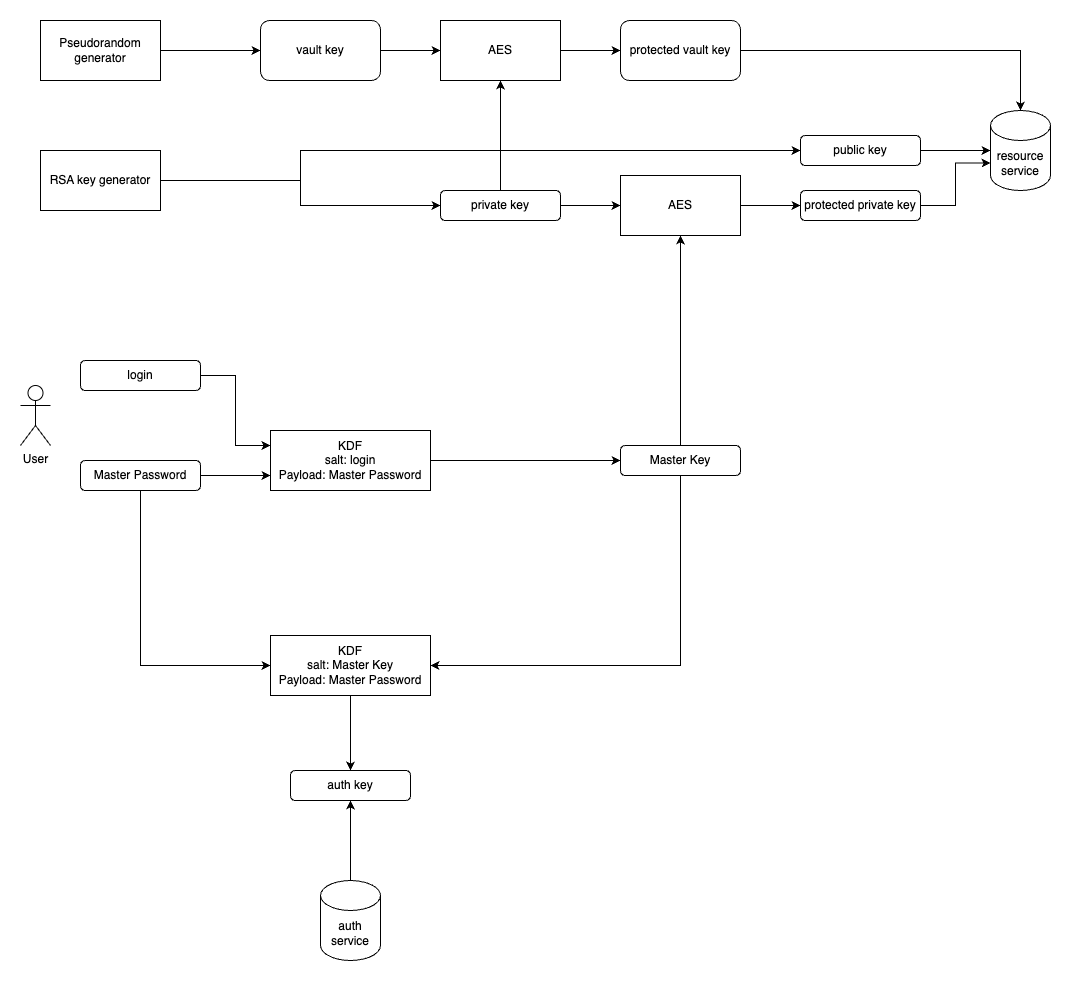
Earlier version of the draw.io export docs/misc/e2ee.png (ZeroLarec/zerolarec_server). Source tidied: cells renumbered, new cells last; positions are measured from the earlier drawing's top-left corner, leaving out a move shared by most shapes.
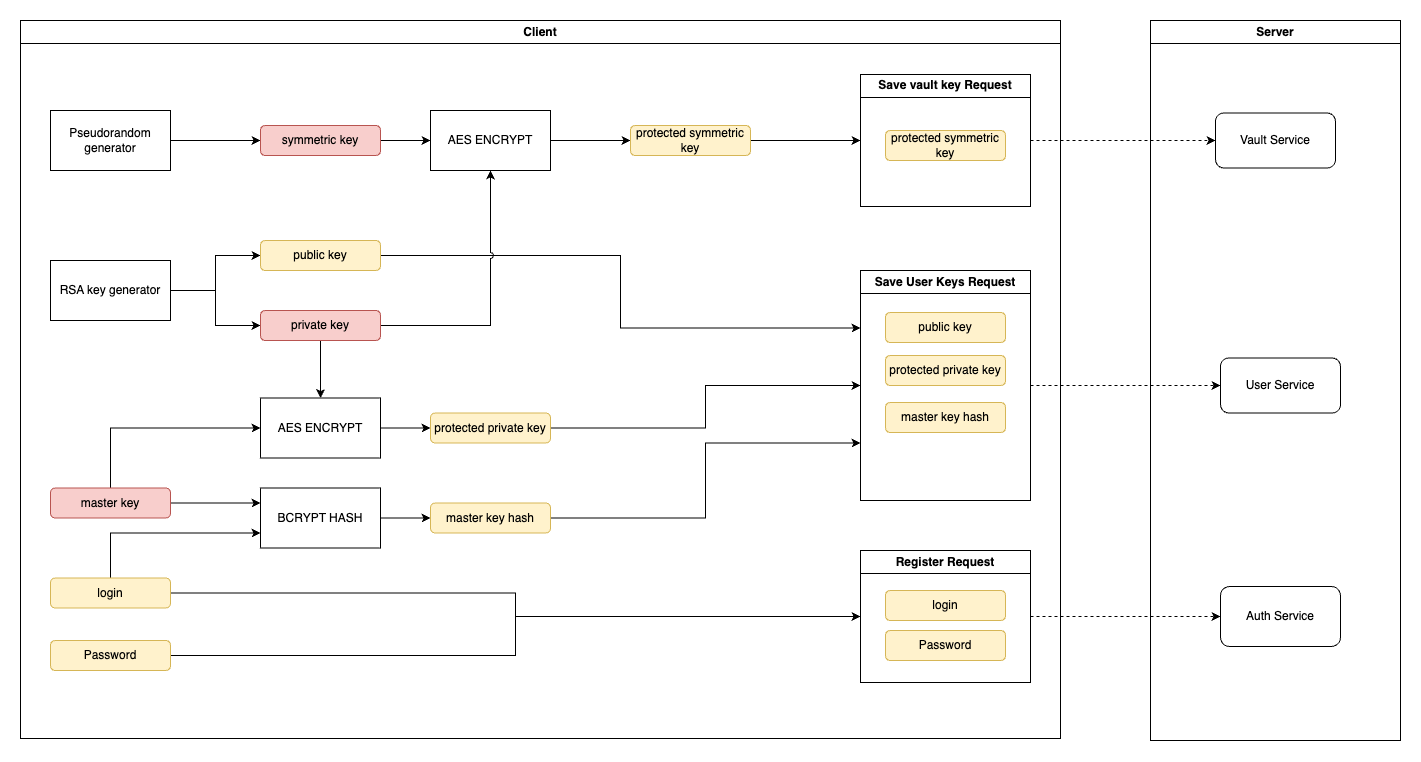
The same diagram one commit later.

The edit, as a diff of the source:
```diff
@@ -2,120 +2,152 @@
   <root>
     <mxCell id="0" />
     <mxCell id="1" parent="0" />
-    <mxCell id="2" value="User" style="shape=umlActor;verticalLabelPosition=bottom;verticalAlign=top;html=1;" parent="1" vertex="1">
-      <mxGeometry y="365" width="30" height="60" as="geometry" />
+    <mxCell id="2" value="Client" style="swimlane;whiteSpace=wrap;html=1;" parent="1" vertex="1">
+      <mxGeometry x="1210" y="4520" width="1040" height="718" as="geometry" />
     </mxCell>
-    <mxCell id="3" style="edgeStyle=orthogonalEdgeStyle;rounded=0;jettySize=auto;html=1;exitX=1;exitY=0.5;exitDx=0;exitDy=0;entryX=0;entryY=0.75;entryDx=0;entryDy=0;" parent="1" edge="1" source="4" target="8">
-      <mxGeometry relative="1" as="geometry" />
+    <mxCell id="3" value="Server" style="swimlane;whiteSpace=wrap;html=1;startSize=23;" parent="1" vertex="1">
+      <mxGeometry x="2340" y="4520" width="250" height="720" as="geometry" />
     </mxCell>
-    <mxCell id="4" value="Master Password" style="rounded=1;whiteSpace=wrap;html=1;" parent="1" vertex="1">
-      <mxGeometry x="60" y="440" width="120" height="30" as="geometry" />
+    <mxCell id="4" value="User Service" style="rounded=1;whiteSpace=wrap;html=1;" parent="3" vertex="1">
+      <mxGeometry x="70" y="337.5" width="120" height="55" as="geometry" />
     </mxCell>
-    <mxCell id="5" style="edgeStyle=orthogonalEdgeStyle;rounded=0;jettySize=auto;html=1;exitX=1;exitY=0.5;exitDx=0;exitDy=0;entryX=0;entryY=0.25;entryDx=0;entryDy=0;" parent="1" edge="1" source="6" target="8">
-      <mxGeometry relative="1" as="geometry" />
+    <mxCell id="5" value="Auth Service" style="rounded=1;whiteSpace=wrap;html=1;" parent="3" vertex="1">
+      <mxGeometry x="70" y="566" width="120" height="60" as="geometry" />
     </mxCell>
-    <mxCell id="6" value="login" style="rounded=1;whiteSpace=wrap;html=1;" parent="1" vertex="1">
-      <mxGeometry x="60" y="340" width="120" height="30" as="geometry" />
+    <mxCell id="6" value="Vault Service" style="rounded=1;whiteSpace=wrap;html=1;" parent="3" vertex="1">
+      <mxGeometry x="65" y="92.5" width="120" height="55" as="geometry" />
     </mxCell>
-    <mxCell id="7" style="edgeStyle=orthogonalEdgeStyle;rounded=0;jettySize=auto;html=1;exitX=1;exitY=0.5;exitDx=0;exitDy=0;entryX=0;entryY=0.5;entryDx=0;entryDy=0;" parent="1" edge="1" source="8" target="11">
+    <mxCell id="7" style="edgeStyle=orthogonalEdgeStyle;rounded=0;jettySize=auto;html=1;exitX=1;exitY=0.5;exitDx=0;exitDy=0;entryX=0;entryY=0.5;entryDx=0;entryDy=0;" parent="1" edge="1" source="8" target="10">
       <mxGeometry relative="1" as="geometry" />
     </mxCell>
-    <mxCell id="8" value="KDF&lt;br&gt;salt: login&lt;div&gt;Payload: Master Password&lt;/div&gt;" style="rounded=0;whiteSpace=wrap;html=1;" parent="1" vertex="1">
-      <mxGeometry x="250" y="410" width="160" height="60" as="geometry" />
+    <mxCell id="8" value="Pseudorandom generator" style="rounded=0;whiteSpace=wrap;html=1;" parent="1" vertex="1">
+      <mxGeometry x="1240" y="4610" width="120" height="60" as="geometry" />
     </mxCell>
-    <mxCell id="9" style="edgeStyle=orthogonalEdgeStyle;rounded=0;jettySize=auto;html=1;exitX=0.5;exitY=0;exitDx=0;exitDy=0;entryX=0.5;entryY=1;entryDx=0;entryDy=0;" parent="1" edge="1" source="11" target="21">
+    <mxCell id="9" style="edgeStyle=orthogonalEdgeStyle;rounded=0;jettySize=auto;html=1;exitX=1;exitY=0.5;exitDx=0;exitDy=0;entryX=0;entryY=0.5;entryDx=0;entryDy=0;" parent="1" edge="1" source="10" target="12">
       <mxGeometry relative="1" as="geometry" />
     </mxCell>
-    <mxCell id="10" style="edgeStyle=orthogonalEdgeStyle;rounded=0;jettySize=auto;html=1;exitX=0.5;exitY=1;exitDx=0;exitDy=0;entryX=1;entryY=0.5;entryDx=0;entryDy=0;" parent="1" edge="1" source="11" target="23">
-      <mxGeometry relative="1" as="geometry" />
+    <mxCell id="10" value="symmetric key" style="rounded=1;whiteSpace=wrap;html=1;fillColor=#f8cecc;strokeColor=#b85450;" parent="1" vertex="1">
+      <mxGeometry x="1450" y="4625" width="120" height="30" as="geometry" />
     </mxCell>
-    <mxCell id="11" value="Master Key" style="rounded=1;whiteSpace=wrap;html=1;" parent="1" vertex="1">
-      <mxGeometry x="600" y="425" width="120" height="30" as="geometry" />
+    <mxCell id="11" style="edgeStyle=orthogonalEdgeStyle;rounded=0;jettySize=auto;html=1;exitX=1;exitY=0.5;exitDx=0;exitDy=0;entryX=0;entryY=0.5;entryDx=0;entryDy=0;" parent="1" edge="1" source="12" target="14">
+      <mxGeometry relative="1" as="geometry" />
     </mxCell>
-    <mxCell id="12" style="edgeStyle=orthogonalEdgeStyle;rounded=0;jettySize=auto;html=1;entryX=0;entryY=0.5;entryDx=0;entryDy=0;exitX=0.5;exitY=1;exitDx=0;exitDy=0;" parent="1" edge="1" source="4" target="23">
-      <mxGeometry relative="1" as="geometry" />
+    <mxCell id="12" value="AES ENCRYPT" style="rounded=0;whiteSpace=wrap;html=1;" parent="1" vertex="1">
+      <mxGeometry x="1620" y="4610" width="120" height="60" as="geometry" />
     </mxCell>
-    <mxCell id="13" style="edgeStyle=orthogonalEdgeStyle;rounded=0;jettySize=auto;html=1;exitX=1;exitY=0.5;exitDx=0;exitDy=0;entryX=0;entryY=0.5;entryDx=0;entryDy=0;" parent="1" edge="1" source="15" target="19">
+    <mxCell id="13" style="edgeStyle=orthogonalEdgeStyle;rounded=0;jettySize=auto;html=1;exitX=1;exitY=0.5;exitDx=0;exitDy=0;entryX=0;entryY=0.5;entryDx=0;entryDy=0;" parent="1" edge="1" source="14" target="24">
       <mxGeometry relative="1" as="geometry" />
     </mxCell>
-    <mxCell id="14" style="edgeStyle=orthogonalEdgeStyle;rounded=0;jettySize=auto;html=1;exitX=1;exitY=0.5;exitDx=0;exitDy=0;entryX=0;entryY=0.5;entryDx=0;entryDy=0;" parent="1" edge="1" source="15" target="16">
-      <mxGeometry relative="1" as="geometry">
-        <Array as="points">
-          <mxPoint x="280" y="130" />
-        </Array>
-      </mxGeometry>
+    <mxCell id="14" value="protected symmetric key" style="rounded=1;whiteSpace=wrap;html=1;fillColor=#fff2cc;strokeColor=#d6b656;" parent="1" vertex="1">
+      <mxGeometry x="1820" y="4625" width="120" height="30" as="geometry" />
     </mxCell>
-    <mxCell id="15" value="RSA key generator" style="rounded=0;whiteSpace=wrap;html=1;" parent="1" vertex="1">
-      <mxGeometry x="20" y="130" width="120" height="60" as="geometry" />
+    <mxCell id="15" value="Save User Keys Request" style="swimlane;whiteSpace=wrap;html=1;" parent="1" vertex="1">
+      <mxGeometry x="2050" y="4770" width="170" height="230" as="geometry" />
     </mxCell>
-    <mxCell id="16" value="public key" style="rounded=1;whiteSpace=wrap;html=1;" parent="1" vertex="1">
-      <mxGeometry x="780" y="115" width="120" height="30" as="geometry" />
+    <mxCell id="16" value="public key" style="rounded=1;whiteSpace=wrap;html=1;fillColor=#fff2cc;strokeColor=#d6b656;" parent="15" vertex="1">
+      <mxGeometry x="25" y="42" width="120" height="30" as="geometry" />
     </mxCell>
-    <mxCell id="17" style="edgeStyle=orthogonalEdgeStyle;rounded=0;jettySize=auto;html=1;exitX=1;exitY=0.5;exitDx=0;exitDy=0;entryX=0;entryY=0.5;entryDx=0;entryDy=0;" parent="1" edge="1" source="19" target="21">
-      <mxGeometry relative="1" as="geometry" />
+    <mxCell id="17" value="protected private key" style="rounded=1;whiteSpace=wrap;html=1;fillColor=#fff2cc;strokeColor=#d6b656;" parent="15" vertex="1">
+      <mxGeometry x="25" y="85" width="120" height="30" as="geometry" />
     </mxCell>
-    <mxCell id="18" style="edgeStyle=orthogonalEdgeStyle;rounded=0;jettySize=auto;html=1;exitX=0.5;exitY=0;exitDx=0;exitDy=0;entryX=0.5;entryY=1;entryDx=0;entryDy=0;" parent="1" edge="1" source="19" target="37">
-      <mxGeometry relative="1" as="geometry" />
+    <mxCell id="18" value="master key hash" style="rounded=1;whiteSpace=wrap;html=1;fillColor=#fff2cc;strokeColor=#d6b656;" parent="15" vertex="1">
+      <mxGeometry x="25" y="132" width="120" height="30" as="geometry" />
     </mxCell>
-    <mxCell id="19" value="private key" style="rounded=1;whiteSpace=wrap;html=1;" parent="1" vertex="1">
-      <mxGeometry x="420" y="170" width="120" height="30" as="geometry" />
+    <mxCell id="19" style="edgeStyle=orthogonalEdgeStyle;rounded=0;jettySize=auto;html=1;exitX=1;exitY=0.5;exitDx=0;exitDy=0;entryX=0;entryY=0.5;entryDx=0;entryDy=0;dashed=1;" parent="1" edge="1" source="20" target="5">
+      <mxGeometry relative="1" as="geometry" />
     </mxCell>
-    <mxCell id="20" style="edgeStyle=orthogonalEdgeStyle;rounded=0;jettySize=auto;html=1;exitX=1;exitY=0.5;exitDx=0;exitDy=0;entryX=0;entryY=0.5;entryDx=0;entryDy=0;" parent="1" edge="1" source="21" target="22">
-      <mxGeometry relative="1" as="geometry" />
+    <mxCell id="20" value="Register Request" style="swimlane;whiteSpace=wrap;html=1;" parent="1" vertex="1">
+      <mxGeometry x="2050" y="5050" width="170" height="132" as="geometry" />
     </mxCell>
-    <mxCell id="21" value="AES" style="rounded=0;whiteSpace=wrap;html=1;" parent="1" vertex="1">
-      <mxGeometry x="600" y="155" width="120" height="60" as="geometry" />
+    <mxCell id="21" value="login" style="rounded=1;whiteSpace=wrap;html=1;fillColor=#fff2cc;strokeColor=#d6b656;" parent="20" vertex="1">
+      <mxGeometry x="25" y="40" width="120" height="30" as="geometry" />
     </mxCell>
-    <mxCell id="22" value="protected private key" style="rounded=1;whiteSpace=wrap;html=1;" parent="1" vertex="1">
-      <mxGeometry x="780" y="170" width="120" height="30" as="geometry" />
+    <mxCell id="22" value="Password" style="rounded=1;whiteSpace=wrap;html=1;fillColor=#fff2cc;strokeColor=#d6b656;" parent="20" vertex="1">
+      <mxGeometry x="25" y="80" width="120" height="30" as="geometry" />
     </mxCell>
-    <mxCell id="23" value="KDF&lt;br&gt;salt: Master Key&lt;div&gt;Payload: Master Password&lt;/div&gt;" style="rounded=0;whiteSpace=wrap;html=1;" parent="1" vertex="1">
-      <mxGeometry x="250" y="615" width="160" height="60" as="geometry" />
+    <mxCell id="23" style="edgeStyle=orthogonalEdgeStyle;rounded=0;jettySize=auto;html=1;exitX=1;exitY=0.5;exitDx=0;exitDy=0;entryX=0;entryY=0.5;entryDx=0;entryDy=0;dashed=1;" parent="1" edge="1" source="24" target="6">
+      <mxGeometry relative="1" as="geometry" />
     </mxCell>
-    <mxCell id="24" style="edgeStyle=orthogonalEdgeStyle;rounded=0;jettySize=auto;html=1;exitX=0.5;exitY=1;exitDx=0;exitDy=0;entryX=0.5;entryY=0;entryDx=0;entryDy=0;" parent="1" edge="1" source="23" target="25">
-      <mxGeometry relative="1" as="geometry" />
+    <mxCell id="24" value="Save vault key Request" style="swimlane;whiteSpace=wrap;html=1;" parent="1" vertex="1">
+      <mxGeometry x="2050" y="4574" width="170" height="132" as="geometry" />
     </mxCell>
-    <mxCell id="25" value="auth key" style="rounded=1;whiteSpace=wrap;html=1;" parent="1" vertex="1">
-      <mxGeometry x="270" y="750" width="120" height="30" as="geometry" />
+    <mxCell id="25" value="protected symmetric key" style="rounded=1;whiteSpace=wrap;html=1;fillColor=#fff2cc;strokeColor=#d6b656;" parent="24" vertex="1">
+      <mxGeometry x="25" y="56" width="120" height="30" as="geometry" />
     </mxCell>
-    <mxCell id="26" style="edgeStyle=orthogonalEdgeStyle;rounded=0;jettySize=auto;html=1;exitX=0.5;exitY=0;exitDx=0;exitDy=0;exitPerimeter=0;entryX=0.5;entryY=1;entryDx=0;entryDy=0;" parent="1" edge="1" source="27" target="25">
+    <mxCell id="26" style="edgeStyle=orthogonalEdgeStyle;rounded=0;jettySize=auto;html=1;exitX=0.5;exitY=0;exitDx=0;exitDy=0;entryX=0;entryY=0.75;entryDx=0;entryDy=0;" parent="1" edge="1" source="28" target="43">
       <mxGeometry relative="1" as="geometry" />
     </mxCell>
-    <mxCell id="27" value="auth service" style="shape=cylinder3;whiteSpace=wrap;html=1;boundedLbl=1;backgroundOutline=1;size=15;" parent="1" vertex="1">
-      <mxGeometry x="300" y="860" width="60" height="80" as="geometry" />
+    <mxCell id="27" style="edgeStyle=orthogonalEdgeStyle;rounded=0;jettySize=auto;html=1;exitX=1;exitY=0.5;exitDx=0;exitDy=0;entryX=0;entryY=0.5;entryDx=0;entryDy=0;" parent="1" edge="1" source="28" target="20">
+      <mxGeometry relative="1" as="geometry" />
     </mxCell>
-    <mxCell id="28" value="resource service" style="shape=cylinder3;whiteSpace=wrap;html=1;boundedLbl=1;backgroundOutline=1;size=15;" parent="1" vertex="1">
-      <mxGeometry x="970" y="90" width="60" height="80" as="geometry" />
+    <mxCell id="28" value="login" style="rounded=1;whiteSpace=wrap;html=1;fillColor=#fff2cc;strokeColor=#d6b656;" parent="1" vertex="1">
+      <mxGeometry x="1240" y="5077.5" width="120" height="30" as="geometry" />
     </mxCell>
-    <mxCell id="29" style="edgeStyle=orthogonalEdgeStyle;rounded=0;jettySize=auto;html=1;exitX=1;exitY=0.5;exitDx=0;exitDy=0;entryX=0;entryY=0;entryDx=0;entryDy=52.5;entryPerimeter=0;" parent="1" edge="1" source="22" target="28">
+    <mxCell id="29" style="edgeStyle=orthogonalEdgeStyle;rounded=0;jettySize=auto;html=1;exitX=1;exitY=0.5;exitDx=0;exitDy=0;entryX=0;entryY=0.5;entryDx=0;entryDy=0;" parent="1" edge="1" source="31" target="33">
       <mxGeometry relative="1" as="geometry" />
     </mxCell>
-    <mxCell id="30" style="edgeStyle=orthogonalEdgeStyle;rounded=0;jettySize=auto;html=1;exitX=1;exitY=0.5;exitDx=0;exitDy=0;entryX=0;entryY=0.5;entryDx=0;entryDy=0;entryPerimeter=0;" parent="1" edge="1" source="16" target="28">
+    <mxCell id="30" style="edgeStyle=orthogonalEdgeStyle;rounded=0;jettySize=auto;html=1;exitX=1;exitY=0.5;exitDx=0;exitDy=0;entryX=0;entryY=0.5;entryDx=0;entryDy=0;" parent="1" edge="1" source="31" target="36">
       <mxGeometry relative="1" as="geometry" />
     </mxCell>
-    <mxCell id="31" style="edgeStyle=orthogonalEdgeStyle;rounded=0;jettySize=auto;html=1;exitX=1;exitY=0.5;exitDx=0;exitDy=0;entryX=0;entryY=0.5;entryDx=0;entryDy=0;" parent="1" edge="1" source="32" target="34">
-      <mxGeometry relative="1" as="geometry" />
+    <mxCell id="31" value="RSA key generator" style="rounded=0;whiteSpace=wrap;html=1;" parent="1" vertex="1">
+      <mxGeometry x="1240" y="4760" width="120" height="60" as="geometry" />
     </mxCell>
-    <mxCell id="32" value="Pseudorandom generator" style="rounded=0;whiteSpace=wrap;html=1;" parent="1" vertex="1">
-      <mxGeometry x="20" width="120" height="60" as="geometry" />
+    <mxCell id="32" style="edgeStyle=orthogonalEdgeStyle;rounded=0;jettySize=auto;html=1;exitX=1;exitY=0.5;exitDx=0;exitDy=0;entryX=0;entryY=0.25;entryDx=0;entryDy=0;" parent="1" edge="1" source="33" target="15">
+      <mxGeometry relative="1" as="geometry" />
     </mxCell>
-    <mxCell id="33" style="edgeStyle=orthogonalEdgeStyle;rounded=0;jettySize=auto;html=1;exitX=1;exitY=0.5;exitDx=0;exitDy=0;entryX=0;entryY=0.5;entryDx=0;entryDy=0;" parent="1" edge="1" source="34" target="37">
-      <mxGeometry relative="1" as="geometry" />
+    <mxCell id="33" value="public key" style="rounded=1;whiteSpace=wrap;html=1;fillColor=#fff2cc;strokeColor=#d6b656;" parent="1" vertex="1">
+      <mxGeometry x="1450" y="4740" width="120" height="30" as="geometry" />
     </mxCell>
-    <mxCell id="34" value="vault key" style="rounded=1;whiteSpace=wrap;html=1;" parent="1" vertex="1">
-      <mxGeometry x="240" width="120" height="60" as="geometry" />
+    <mxCell id="34" style="edgeStyle=orthogonalEdgeStyle;rounded=0;jettySize=auto;html=1;exitX=0.5;exitY=1;exitDx=0;exitDy=0;entryX=0.5;entryY=0;entryDx=0;entryDy=0;" parent="1" edge="1" source="36" target="38">
+      <mxGeometry relative="1" as="geometry" />
     </mxCell>
-    <mxCell id="35" value="protected vault key" style="rounded=1;whiteSpace=wrap;html=1;" parent="1" vertex="1">
-      <mxGeometry x="600" width="120" height="60" as="geometry" />
+    <mxCell id="35" style="edgeStyle=orthogonalEdgeStyle;rounded=0;jettySize=auto;html=1;exitX=1;exitY=0.5;exitDx=0;exitDy=0;entryX=0.5;entryY=1;entryDx=0;entryDy=0;jumpStyle=arc;" parent="1" edge="1" source="36" target="12">
+      <mxGeometry relative="1" as="geometry" />
     </mxCell>
-    <mxCell id="36" style="edgeStyle=orthogonalEdgeStyle;rounded=0;jettySize=auto;html=1;exitX=1;exitY=0.5;exitDx=0;exitDy=0;entryX=0;entryY=0.5;entryDx=0;entryDy=0;" parent="1" edge="1" source="37" target="35">
-      <mxGeometry relative="1" as="geometry" />
+    <mxCell id="36" value="private key" style="rounded=1;whiteSpace=wrap;html=1;fillColor=#f8cecc;strokeColor=#b85450;" parent="1" vertex="1">
+      <mxGeometry x="1450" y="4810" width="120" height="30" as="geometry" />
     </mxCell>
-    <mxCell id="37" value="AES" style="rounded=0;whiteSpace=wrap;html=1;" parent="1" vertex="1">
-      <mxGeometry x="420" width="120" height="60" as="geometry" />
+    <mxCell id="37" style="edgeStyle=orthogonalEdgeStyle;rounded=0;jettySize=auto;html=1;exitX=1;exitY=0.5;exitDx=0;exitDy=0;entryX=0;entryY=0.5;entryDx=0;entryDy=0;" parent="1" edge="1" source="38" target="49">
+      <mxGeometry relative="1" as="geometry" />
     </mxCell>
-    <mxCell id="38" style="edgeStyle=orthogonalEdgeStyle;rounded=0;jettySize=auto;html=1;exitX=1;exitY=0.5;exitDx=0;exitDy=0;entryX=0.5;entryY=0;entryDx=0;entryDy=0;entryPerimeter=0;" parent="1" edge="1" source="35" target="28">
-      <mxGeometry relative="1" as="geometry" />
+    <mxCell id="38" value="AES ENCRYPT" style="rounded=0;whiteSpace=wrap;html=1;" parent="1" vertex="1">
+      <mxGeometry x="1450" y="4897.5" width="120" height="60" as="geometry" />
     </mxCell>
+    <mxCell id="39" style="edgeStyle=orthogonalEdgeStyle;rounded=0;jettySize=auto;html=1;exitX=1;exitY=0.5;exitDx=0;exitDy=0;entryX=0;entryY=0.25;entryDx=0;entryDy=0;" parent="1" edge="1" source="41" target="43">
+      <mxGeometry relative="1" as="geometry" />
+    </mxCell>
+    <mxCell id="40" style="edgeStyle=orthogonalEdgeStyle;rounded=0;jettySize=auto;html=1;exitX=0.5;exitY=0;exitDx=0;exitDy=0;entryX=0;entryY=0.5;entryDx=0;entryDy=0;" parent="1" edge="1" source="41" target="38">
+      <mxGeometry relative="1" as="geometry" />
+    </mxCell>
+    <mxCell id="41" value="master key" style="rounded=1;whiteSpace=wrap;html=1;fillColor=#f8cecc;strokeColor=#b85450;" parent="1" vertex="1">
+      <mxGeometry x="1240" y="4987.5" width="120" height="30" as="geometry" />
+    </mxCell>
+    <mxCell id="42" style="edgeStyle=orthogonalEdgeStyle;rounded=0;jettySize=auto;html=1;exitX=1;exitY=0.5;exitDx=0;exitDy=0;entryX=0;entryY=0.5;entryDx=0;entryDy=0;" parent="1" edge="1" source="43" target="47">
+      <mxGeometry relative="1" as="geometry" />
+    </mxCell>
+    <mxCell id="43" value="BCRYPT HASH" style="rounded=0;whiteSpace=wrap;html=1;" parent="1" vertex="1">
+      <mxGeometry x="1450" y="4987.5" width="120" height="60" as="geometry" />
+    </mxCell>
+    <mxCell id="44" style="edgeStyle=orthogonalEdgeStyle;rounded=0;jettySize=auto;html=1;exitX=1;exitY=0.5;exitDx=0;exitDy=0;entryX=0;entryY=0.5;entryDx=0;entryDy=0;" parent="1" edge="1" source="45" target="20">
+      <mxGeometry relative="1" as="geometry" />
+    </mxCell>
+    <mxCell id="45" value="Password" style="rounded=1;whiteSpace=wrap;html=1;fillColor=#fff2cc;strokeColor=#d6b656;" parent="1" vertex="1">
+      <mxGeometry x="1240" y="5140" width="120" height="30" as="geometry" />
+    </mxCell>
+    <mxCell id="46" style="edgeStyle=orthogonalEdgeStyle;rounded=0;jettySize=auto;html=1;exitX=1;exitY=0.5;exitDx=0;exitDy=0;entryX=0;entryY=0.75;entryDx=0;entryDy=0;" parent="1" edge="1" source="47" target="15">
+      <mxGeometry relative="1" as="geometry" />
+    </mxCell>
+    <mxCell id="47" value="master key hash" style="rounded=1;whiteSpace=wrap;html=1;fillColor=#fff2cc;strokeColor=#d6b656;" parent="1" vertex="1">
+      <mxGeometry x="1620" y="5002.5" width="120" height="30" as="geometry" />
+    </mxCell>
+    <mxCell id="48" style="edgeStyle=orthogonalEdgeStyle;rounded=0;jettySize=auto;html=1;exitX=1;exitY=0.5;exitDx=0;exitDy=0;entryX=0;entryY=0.5;entryDx=0;entryDy=0;" parent="1" edge="1" source="49" target="15">
+      <mxGeometry relative="1" as="geometry" />
+    </mxCell>
+    <mxCell id="49" value="protected private key" style="rounded=1;whiteSpace=wrap;html=1;fillColor=#fff2cc;strokeColor=#d6b656;" parent="1" vertex="1">
+      <mxGeometry x="1620" y="4912.5" width="120" height="30" as="geometry" />
+    </mxCell>
+    <mxCell id="50" style="edgeStyle=orthogonalEdgeStyle;rounded=0;jettySize=auto;html=1;exitX=1;exitY=0.5;exitDx=0;exitDy=0;entryX=0;entryY=0.5;entryDx=0;entryDy=0;dashed=1;" parent="1" edge="1" source="15" target="4">
+      <mxGeometry relative="1" as="geometry" />
+    </mxCell>
   </root>
 </mxGraphModel>
```
